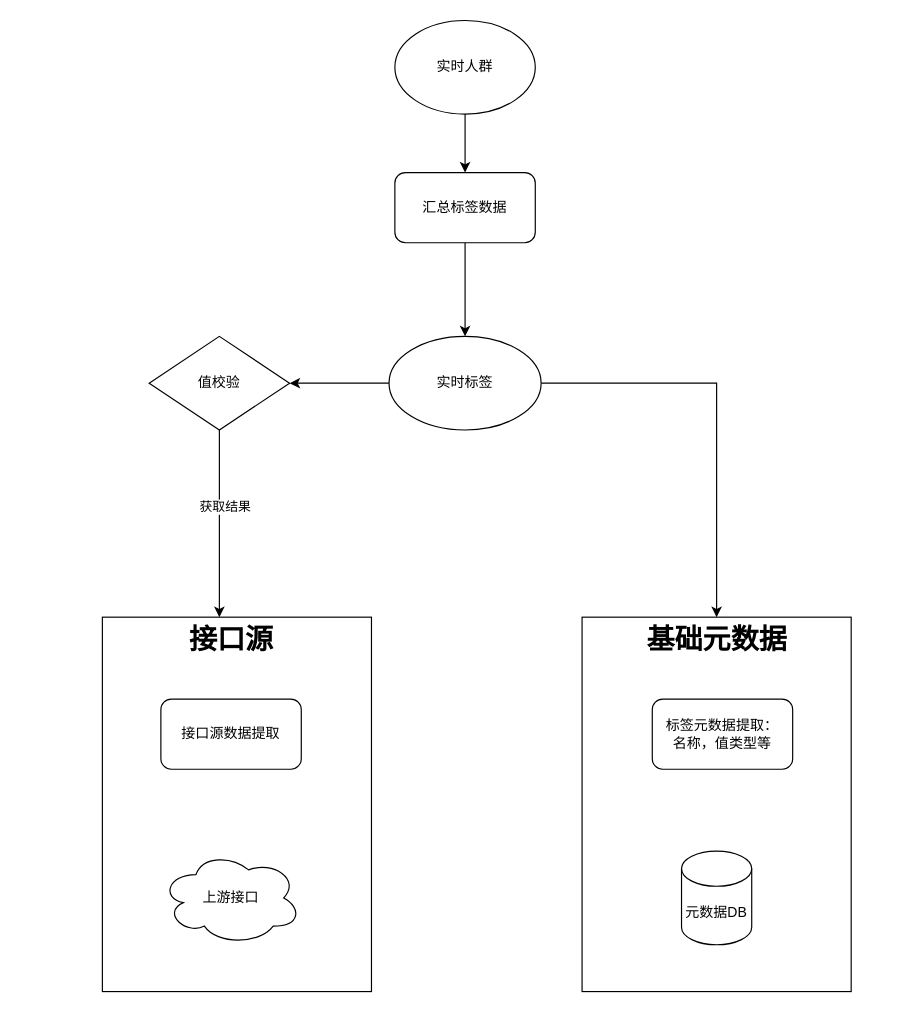
The draw.io diagram 实时标签架构图.drawio in 1418956397/JavaWeb-Project-Source-Share, before the edit. Source tidied: cells renumbered, new cells numbered last; positions are measured from the earlier drawing's top-left corner, leaving out a move shared by most shapes. Both pictures are drawn from the tidied source at 117%, with x=0, y=0 at pixel (102, 20).
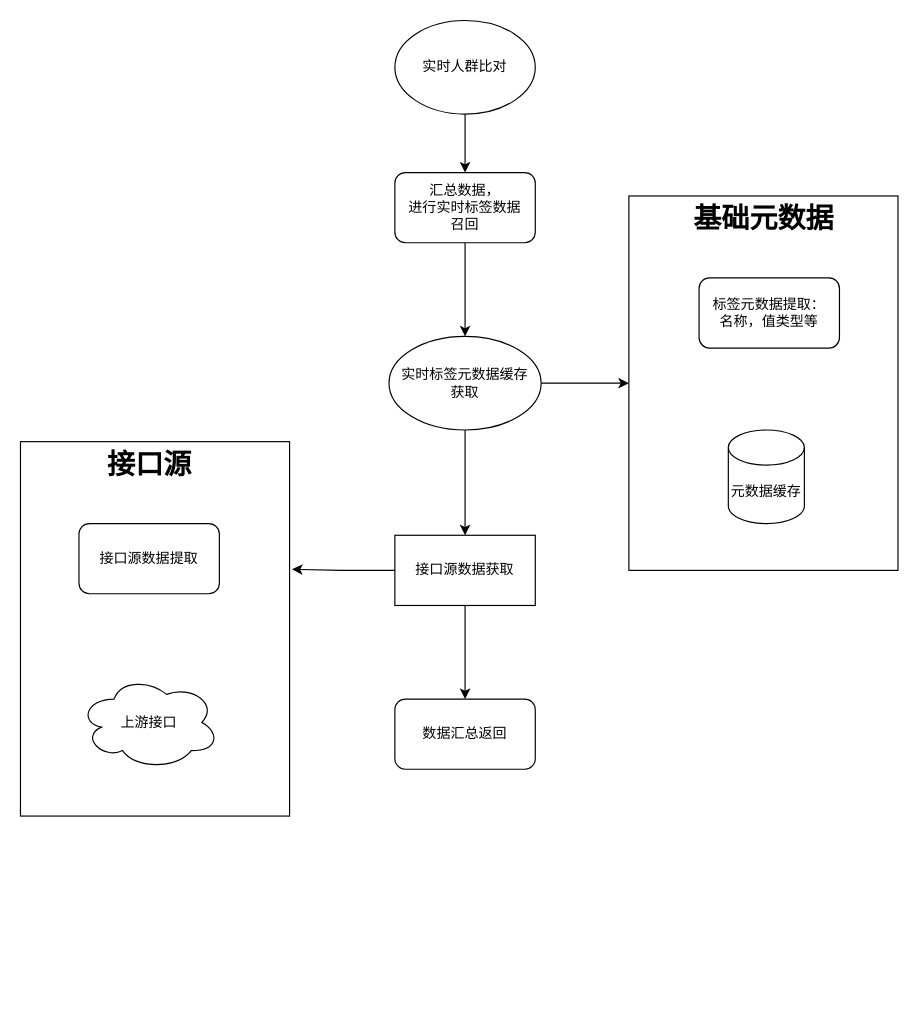
The same page after the edit.

Commit message:
更新实时标签架构图.drawio

Change to the diagram source:
```diff
@@
-    <mxCell id="2" style="edgeStyle=orthogonalEdgeStyle;rounded=0;jettySize=auto;html=1;" parent="1" edge="1" source="4" target="12">
+    <mxCell id="2" style="edgeStyle=orthogonalEdgeStyle;rounded=0;jettySize=auto;html=1;entryX=0;entryY=0.5;entryDx=0;entryDy=0;" parent="1" edge="1" source="4" target="12">
       <mxGeometry relative="1" as="geometry" />
     </mxCell>
-    <mxCell id="3" style="edgeStyle=orthogonalEdgeStyle;rounded=0;jettySize=auto;html=1;" parent="1" edge="1" source="4" target="17">
-      <mxGeometry relative="1" as="geometry" />
-    </mxCell>
+    <mxCell id="20" style="edgeStyle=orthogonalEdgeStyle;rounded=0;jettySize=auto;html=1;" parent="1" edge="1" source="4" target="22">
+      <mxGeometry relative="1" as="geometry" />
+    </mxCell>
-    <mxCell id="4" value="实时标签" style="ellipse;whiteSpace=wrap;html=1;" parent="1" vertex="1">
+    <mxCell id="4" value="实时标签元数据缓存&lt;div&gt;获取&lt;/div&gt;" style="ellipse;whiteSpace=wrap;html=1;" parent="1" vertex="1">
       <mxGeometry x="245" y="270" width="130" height="80" as="geometry" />
     </mxCell>
     <mxCell id="5" style="rounded=0;whiteSpace=wrap;html=1;" parent="1" vertex="1">
-      <mxGeometry y="510" width="230" height="320" as="geometry" />
+      <mxGeometry x="-70" y="360" width="230" height="320" as="geometry" />
     </mxCell>
     <mxCell id="6" value="接口源" style="text;strokeColor=none;fillColor=none;html=1;fontSize=24;fontStyle=1;verticalAlign=middle;align=center;" parent="1" vertex="1">
-      <mxGeometry x="60" y="510" width="100" height="40" as="geometry" />
+      <mxGeometry x="-10" y="360" width="100" height="40" as="geometry" />
     </mxCell>
     <mxCell id="7" value="上游接口" style="ellipse;shape=cloud;whiteSpace=wrap;html=1;" parent="1" vertex="1">
-      <mxGeometry x="50" y="710" width="120" height="80" as="geometry" />
+      <mxGeometry x="-20" y="560" width="120" height="80" as="geometry" />
     </mxCell>
@@
-    <mxCell id="9" value="实时人群" style="ellipse;whiteSpace=wrap;html=1;" parent="1" vertex="1">
+    <mxCell id="9" value="实时人群比对" style="ellipse;whiteSpace=wrap;html=1;" parent="1" vertex="1">
       <mxGeometry x="250" width="120" height="80" as="geometry" />
     </mxCell>
@@
-    <mxCell id="11" value="汇总标签数据" style="rounded=1;whiteSpace=wrap;html=1;" parent="1" vertex="1">
+    <mxCell id="11" value="汇总数据，&lt;div&gt;进行实时标签数据&lt;/div&gt;&lt;div&gt;召回&lt;/div&gt;" style="rounded=1;whiteSpace=wrap;html=1;" parent="1" vertex="1">
       <mxGeometry x="250" y="130" width="120" height="60" as="geometry" />
     </mxCell>
     <mxCell id="12" style="rounded=0;whiteSpace=wrap;html=1;" parent="1" vertex="1">
-      <mxGeometry x="410" y="510" width="230" height="320" as="geometry" />
+      <mxGeometry x="450" y="150" width="230" height="320" as="geometry" />
     </mxCell>
     <mxCell id="13" value="基础元数据" style="text;strokeColor=none;fillColor=none;html=1;fontSize=24;fontStyle=1;verticalAlign=middle;align=center;" parent="1" vertex="1">
-      <mxGeometry x="475" y="510" width="100" height="40" as="geometry" />
+      <mxGeometry x="515" y="150" width="100" height="40" as="geometry" />
     </mxCell>
-    <mxCell id="14" value="元数据DB" style="shape=cylinder3;whiteSpace=wrap;html=1;boundedLbl=1;backgroundOutline=1;size=15;" parent="1" vertex="1">
-      <mxGeometry x="495" y="710" width="60" height="80" as="geometry" />
+    <mxCell id="14" value="元数据缓存" style="shape=cylinder3;whiteSpace=wrap;html=1;boundedLbl=1;backgroundOutline=1;size=15;" parent="1" vertex="1">
+      <mxGeometry x="535" y="350" width="65" height="80" as="geometry" />
     </mxCell>
     <mxCell id="15" value="接口源数据提取" style="rounded=1;whiteSpace=wrap;html=1;" parent="1" vertex="1">
-      <mxGeometry x="50" y="580" width="120" height="60" as="geometry" />
+      <mxGeometry x="-20" y="430" width="120" height="60" as="geometry" />
     </mxCell>
     <mxCell id="16" value="标签元数据提取：&lt;div&gt;名称，值类型等&lt;/div&gt;" style="rounded=1;whiteSpace=wrap;html=1;" parent="1" vertex="1">
-      <mxGeometry x="470" y="580" width="120" height="60" as="geometry" />
+      <mxGeometry x="510" y="220" width="120" height="60" as="geometry" />
     </mxCell>
-    <mxCell id="17" value="值校验" style="rhombus;whiteSpace=wrap;html=1;" parent="1" vertex="1">
-      <mxGeometry x="40" y="270" width="120" height="80" as="geometry" />
-    </mxCell>
-    <mxCell id="18" style="edgeStyle=orthogonalEdgeStyle;rounded=0;jettySize=auto;html=1;entryX=0.4;entryY=0;entryDx=0;entryDy=0;entryPerimeter=0;" parent="1" edge="1" source="17" target="6">
-      <mxGeometry relative="1" as="geometry" />
-    </mxCell>
-    <mxCell id="19" value="获取结果" style="edgeLabel;html=1;align=center;verticalAlign=middle;" parent="18" vertex="1">
-      <mxGeometry x="-0.19" y="4" relative="1" as="geometry" />
-    </mxCell>
+    <mxCell id="21" style="edgeStyle=orthogonalEdgeStyle;rounded=0;jettySize=auto;html=1;" parent="1" edge="1" source="22" target="24">
+      <mxGeometry relative="1" as="geometry" />
+    </mxCell>
+    <mxCell id="22" value="接口源数据获取" style="whiteSpace=wrap;html=1;" parent="1" vertex="1">
+      <mxGeometry x="250" y="440" width="120" height="60" as="geometry" />
+    </mxCell>
+    <mxCell id="23" style="edgeStyle=orthogonalEdgeStyle;rounded=0;jettySize=auto;html=1;entryX=1.009;entryY=0.341;entryDx=0;entryDy=0;entryPerimeter=0;" parent="1" edge="1" source="22" target="5">
+      <mxGeometry relative="1" as="geometry" />
+    </mxCell>
+    <mxCell id="24" value="数据汇总返回" style="rounded=1;whiteSpace=wrap;html=1;" parent="1" vertex="1">
+      <mxGeometry x="250" y="580" width="120" height="60" as="geometry" />
+    </mxCell>
```
